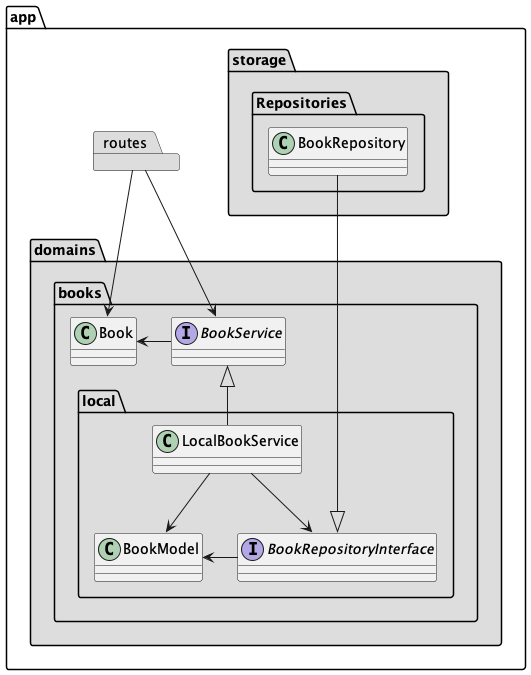
febus982/bootstrap-python-fastapi keeps this PlantUML diagram as architecture.png. Above is the earlier version. Its diagram source:
```plantuml
@startuml
allowmixing
skinparam componentStyle uml1

package app {
    package routes #DDDDDD

    package domains #DDDDDD {
        package books {
            class Book
            interface BookService
            package local {
                class LocalBookService
                interface BookRepositoryInterface
                class BookModel
            }
        }
    }

    package storage #DDDDDD {
        package Repositories {
            class BookRepository
        }
    }
}

routes --> BookService
routes --> Book

LocalBookService -u-|> BookService
BookService -l-> Book
LocalBookService --> BookModel
LocalBookService --> BookRepositoryInterface
BookRepositoryInterface -l-> BookModel

BookRepository ---d-|> BookRepositoryInterface
@enduml
```
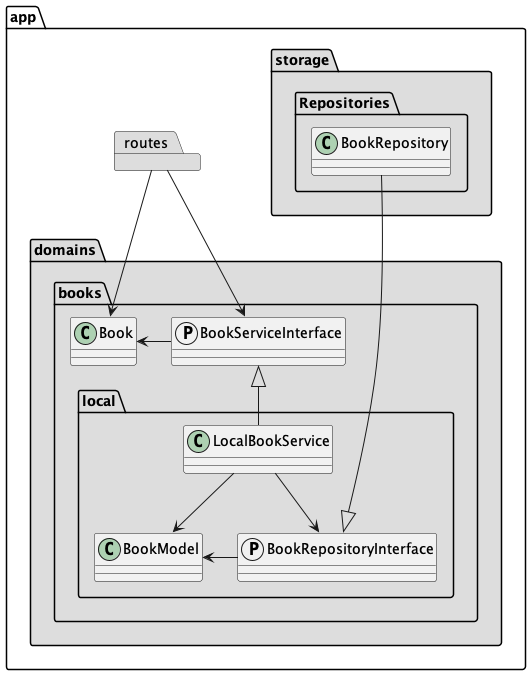
After the commit.

The edit, as a diff of the source:
```diff
@@ -8,10 +8,10 @@
     package domains #DDDDDD {
         package books {
             class Book
-            interface BookService
+            protocol BookServiceInterface
             package local {
                 class LocalBookService
-                interface BookRepositoryInterface
+                protocol BookRepositoryInterface
                 class BookModel
             }
         }
@@ -24,11 +24,11 @@
     }
 }
 
-routes --> BookService
+routes --> BookServiceInterface
 routes --> Book
 
-LocalBookService -u-|> BookService
-BookService -l-> Book
+LocalBookService -u-|> BookServiceInterface
+BookServiceInterface -l-> Book
 LocalBookService --> BookModel
 LocalBookService --> BookRepositoryInterface
 BookRepositoryInterface -l-> BookModel
```
